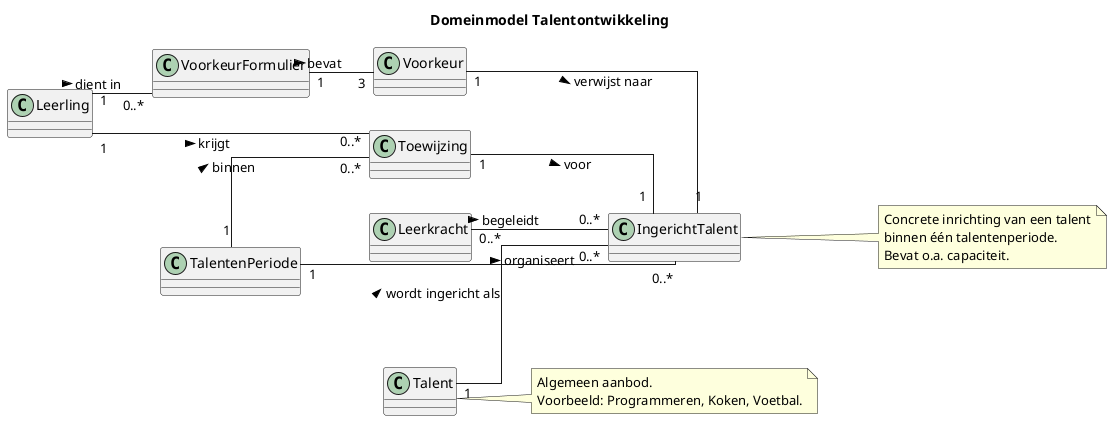
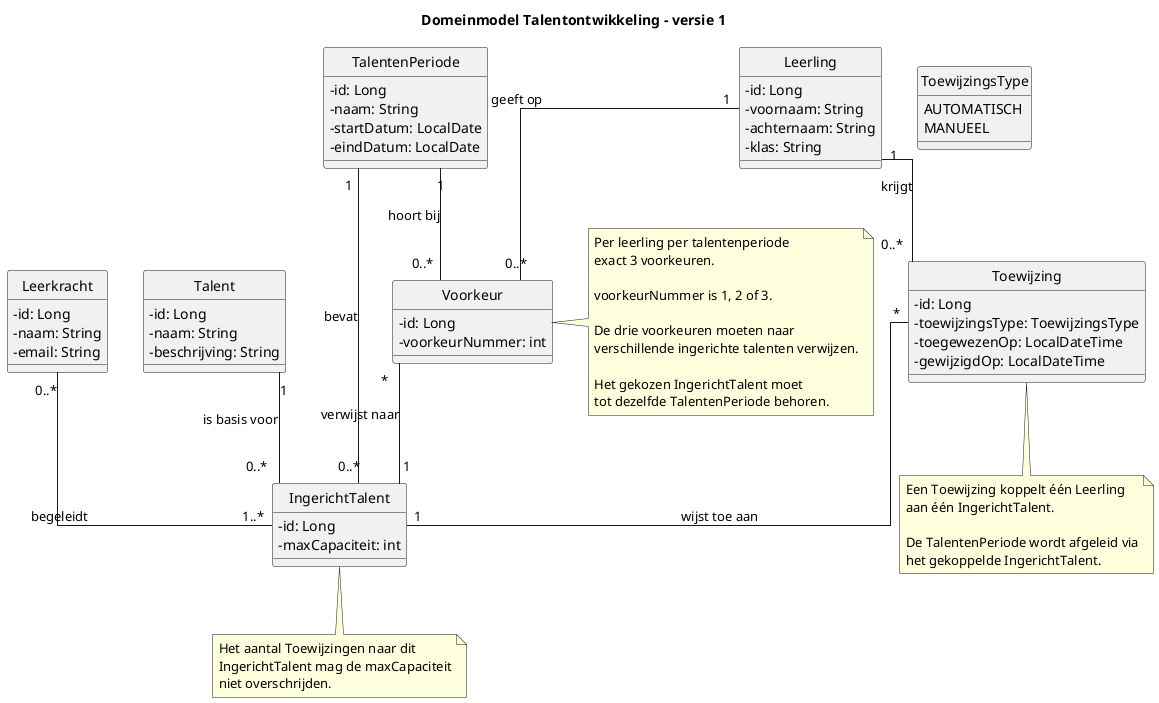
@startuml
+ 
+ hide circle
skinparam classAttributeIconSize 0
skinparam linetype ortho
- left to right direction

- title Domeinmodel Talentontwikkeling
+ title Domeinmodel Talentontwikkeling - versie 1

- class Leerling
- class Leerkracht
- class Talent
- class TalentenPeriode
- class IngerichtTalent
- class VoorkeurFormulier
- class Voorkeur
- class Toewijzing
+ class Leerling {
+   - id: Long
+   - voornaam: String
+   - achternaam: String
+   - klas: String
+ }

- Leerling "1" -- "0..*" VoorkeurFormulier : dient in >
- VoorkeurFormulier "1" -- "3" Voorkeur : bevat >
- Voorkeur "1" -- "1" IngerichtTalent : verwijst naar >
+ class Leerkracht {
+   - id: Long
+   - naam: String
+   - email: String
+ }

- TalentenPeriode "1" -- "0..*" IngerichtTalent : organiseert >
- Talent "1" -- "0..*" IngerichtTalent : wordt ingericht als >
- Leerkracht "0..*" -- "0..*" IngerichtTalent : begeleidt >
+ class Talent {
+   - id: Long
+   - naam: String
+   - beschrijving: String
+ }

- Leerling "1" -- "0..*" Toewijzing : krijgt >
- Toewijzing "1" -- "1" IngerichtTalent : voor >
- TalentenPeriode "1" -- "0..*" Toewijzing : binnen >
+ class TalentenPeriode {
+   - id: Long
+   - naam: String
+   - startDatum: LocalDate
+   - eindDatum: LocalDate
+ }

- note right of Talent
- Algemeen aanbod.
- Voorbeeld: Programmeren, Koken, Voetbal.
+ class IngerichtTalent {
+   - id: Long
+   - maxCapaciteit: int
+ }
+ 
+ class Voorkeur {
+   - id: Long
+   - voorkeurNummer: int
+ }
+ 
+ class Toewijzing {
+   - id: Long
+   - toewijzingsType: ToewijzingsType
+   - toegewezenOp: LocalDateTime
+   - gewijzigdOp: LocalDateTime
+ }
+ 
+ enum ToewijzingsType {
+   AUTOMATISCH
+   MANUEEL
+ }
+ 
+ '-------------------------------
+ ' Talentaanbod
+ '-------------------------------
+ 
+ TalentenPeriode "1" -- "0..*" IngerichtTalent : bevat
+ Talent "1" -- "0..*" IngerichtTalent : is basis voor
+ Leerkracht "0..*" -- "1..*" IngerichtTalent : begeleidt
+ 
+ '-------------------------------
+ ' Voorkeuren
+ '-------------------------------
+ 
+ Leerling "1" -- "0..*" Voorkeur : geeft op
+ TalentenPeriode "1" -- "0..*" Voorkeur : hoort bij
+ Voorkeur "*" -- "1" IngerichtTalent : verwijst naar
+ 
+ '-------------------------------
+ ' Toewijzingen
+ '-------------------------------
+ 
+ Leerling "1" -- "0..*" Toewijzing : krijgt
+ Toewijzing "*" -- "1" IngerichtTalent : wijst toe aan
+ 
+ '-------------------------------
+ ' Businessregel-notities
+ '-------------------------------
+ 
+ note right of Voorkeur
+   Per leerling per talentenperiode
+   exact 3 voorkeuren.
+ 
+   voorkeurNummer is 1, 2 of 3.
+ 
+   De drie voorkeuren moeten naar
+   verschillende ingerichte talenten verwijzen.
+ 
+   Het gekozen IngerichtTalent moet
+   tot dezelfde TalentenPeriode behoren.
end note

- note right of IngerichtTalent
- Concrete inrichting van een talent
- binnen één talentenperiode.
- Bevat o.a. capaciteit.
+ note bottom of Toewijzing
+   Een Toewijzing koppelt één Leerling
+   aan één IngerichtTalent.
+ 
+   De TalentenPeriode wordt afgeleid via
+   het gekoppelde IngerichtTalent.
end note

- @enduml
+ note bottom of IngerichtTalent
+   Het aantal Toewijzingen naar dit
+   IngerichtTalent mag de maxCapaciteit
+   niet overschrijden.
+ end note
+ 
+ @enduml